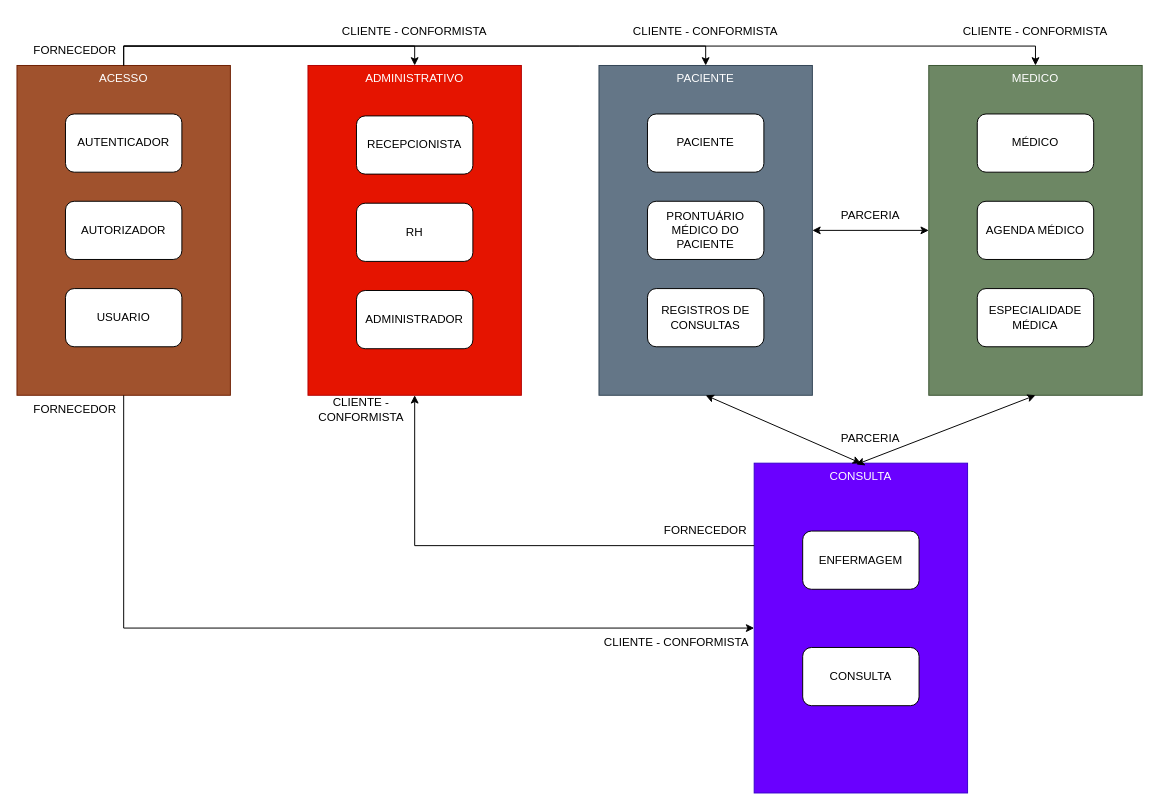
Before: page "CONTEXTOS DELIMITADOS" (2 of 2) of documentacao/ddd/dddAloDoutor.drawio in fbiopereira/AloDoutor, a draw.io diagram. Source tidied: cells renumbered, new cells numbered last; positions are measured from the earlier drawing's top-left corner, leaving out a move shared by most shapes. Both pictures are drawn from the tidied source at 97%, with x=0, y=0 at pixel (16, 16).
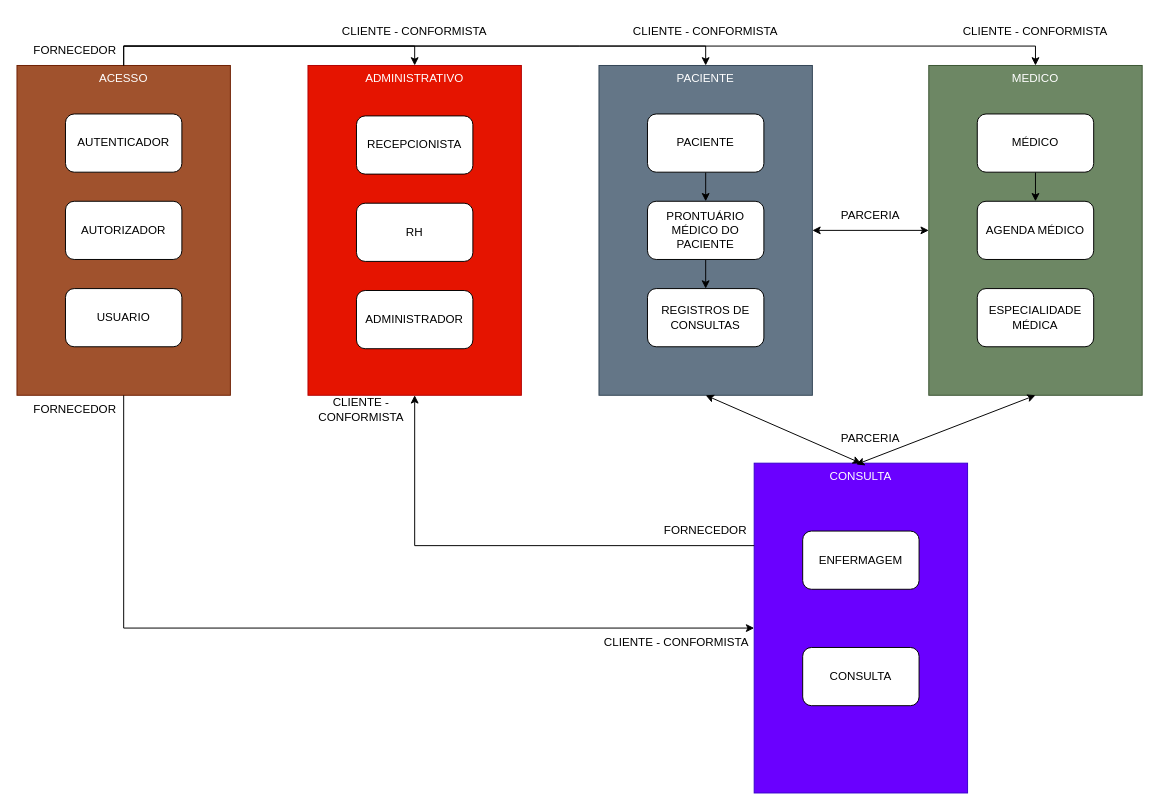
Above is the later version.

Unchanged cells that the change refers to:
```xml
<mxCell id="7" style="group;" parent="1" vertex="1">
  <mxGeometry x="940" y="50" width="220" height="340" as="geometry" />
</mxCell>
<mxCell id="9" value="MÉDICO" style="rounded=1;whiteSpace=wrap;html=1;" parent="7" vertex="1">
  <mxGeometry x="50" y="50" width="120" height="60" as="geometry" />
</mxCell>
<mxCell id="10" value="AGENDA MÉDICO" style="rounded=1;whiteSpace=wrap;html=1;" parent="7" vertex="1">
  <mxGeometry x="50" y="140" width="120" height="60" as="geometry" />
</mxCell>
<mxCell id="12" style="group;" parent="1" vertex="1">
  <mxGeometry x="600" y="50" width="220" height="340" as="geometry" />
</mxCell>
<mxCell id="14" value="PACIENTE" style="rounded=1;whiteSpace=wrap;html=1;" parent="12" vertex="1">
  <mxGeometry x="50" y="50" width="120" height="60" as="geometry" />
</mxCell>
<mxCell id="15" value="PRONTUÁRIO MÉDICO DO PACIENTE" style="rounded=1;whiteSpace=wrap;html=1;" parent="12" vertex="1">
  <mxGeometry x="50" y="140" width="120" height="60" as="geometry" />
</mxCell>
<mxCell id="16" value="REGISTROS DE CONSULTAS" style="rounded=1;whiteSpace=wrap;html=1;" parent="12" vertex="1">
  <mxGeometry x="50" y="230" width="120" height="60" as="geometry" />
</mxCell>
```

What changed in the source:
```diff
@@
+    <mxCell id="44" style="edgeStyle=orthogonalEdgeStyle;rounded=0;jettySize=auto;html=1;exitX=0.5;exitY=1;exitDx=0;exitDy=0;entryX=0.5;entryY=0;entryDx=0;entryDy=0;" parent="7" edge="1" source="9" target="10">
+      <mxGeometry relative="1" as="geometry" />
+    </mxCell>
@@
+    <mxCell id="45" style="edgeStyle=orthogonalEdgeStyle;rounded=0;jettySize=auto;html=1;exitX=0.5;exitY=1;exitDx=0;exitDy=0;entryX=0.5;entryY=0;entryDx=0;entryDy=0;" parent="12" edge="1" source="14" target="15">
+      <mxGeometry relative="1" as="geometry" />
+    </mxCell>
@@
+    <mxCell id="46" style="edgeStyle=orthogonalEdgeStyle;rounded=0;jettySize=auto;html=1;exitX=0.5;exitY=1;exitDx=0;exitDy=0;entryX=0.5;entryY=0;entryDx=0;entryDy=0;" parent="12" edge="1" source="15" target="16">
+      <mxGeometry relative="1" as="geometry" />
+    </mxCell>
```
